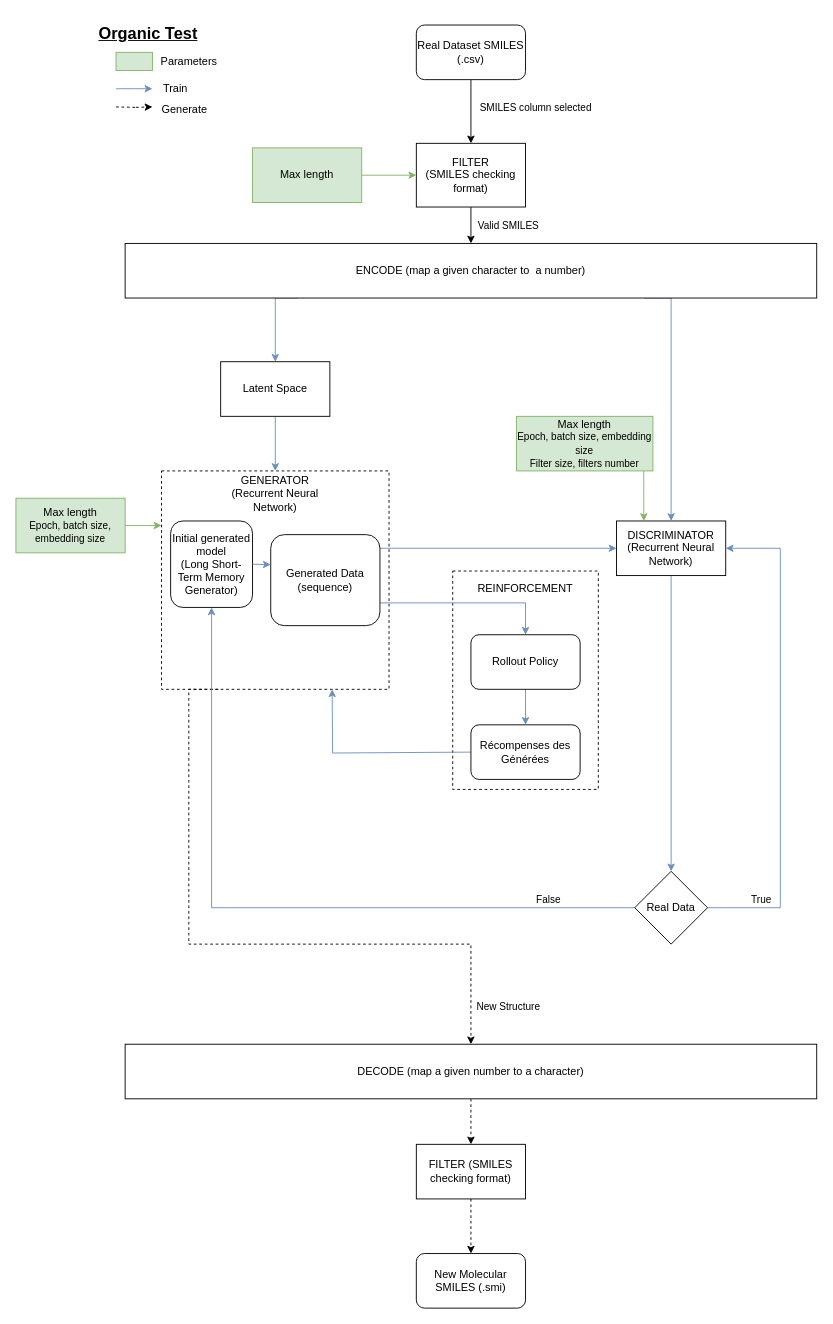
Earlier version of the draw.io diagram GAN.drawio (tahiri-lab/QSAR). Source tidied: cells renumbered, new cells numbered last; positions are measured from the earlier drawing's top-left corner, leaving out a move shared by most shapes. Both pictures are drawn from the tidied source at 91%, with x=0, y=0 at pixel (15, 15).
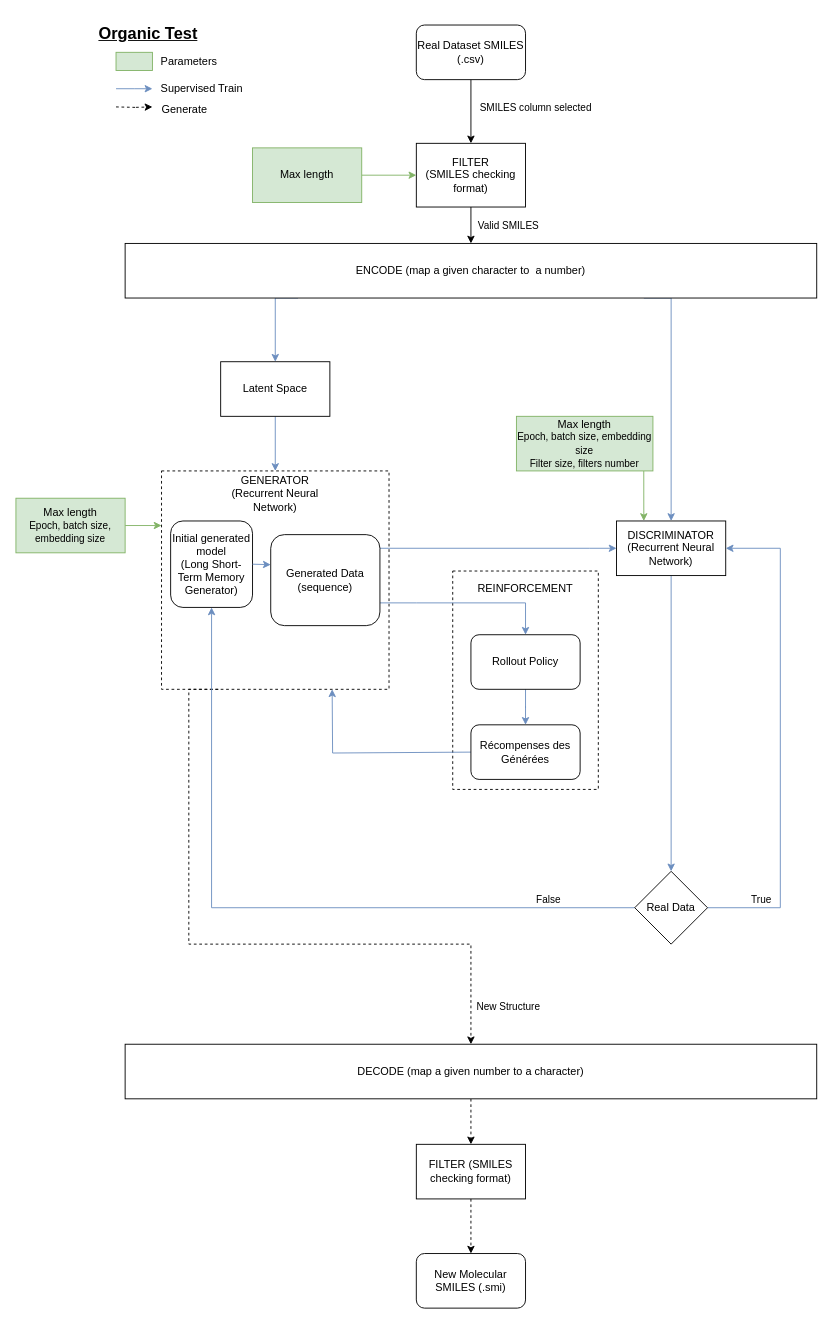
After the change.

Commit message:
Mettre à jour GAN.drawio

Diff of the diagram source:
```diff
@@
-    <mxCell id="37" value="Train" style="text;html=1;align=center;verticalAlign=middle;strokeColor=none;fillColor=none;" parent="1" vertex="1">
-      <mxGeometry x="150" y="65" width="50" height="30" as="geometry" />
+    <mxCell id="37" value="Supervised Train" style="text;html=1;align=center;verticalAlign=middle;strokeColor=none;fillColor=none;" parent="1" vertex="1">
+      <mxGeometry x="149" y="65" width="110" height="30" as="geometry" />
     </mxCell>
```
